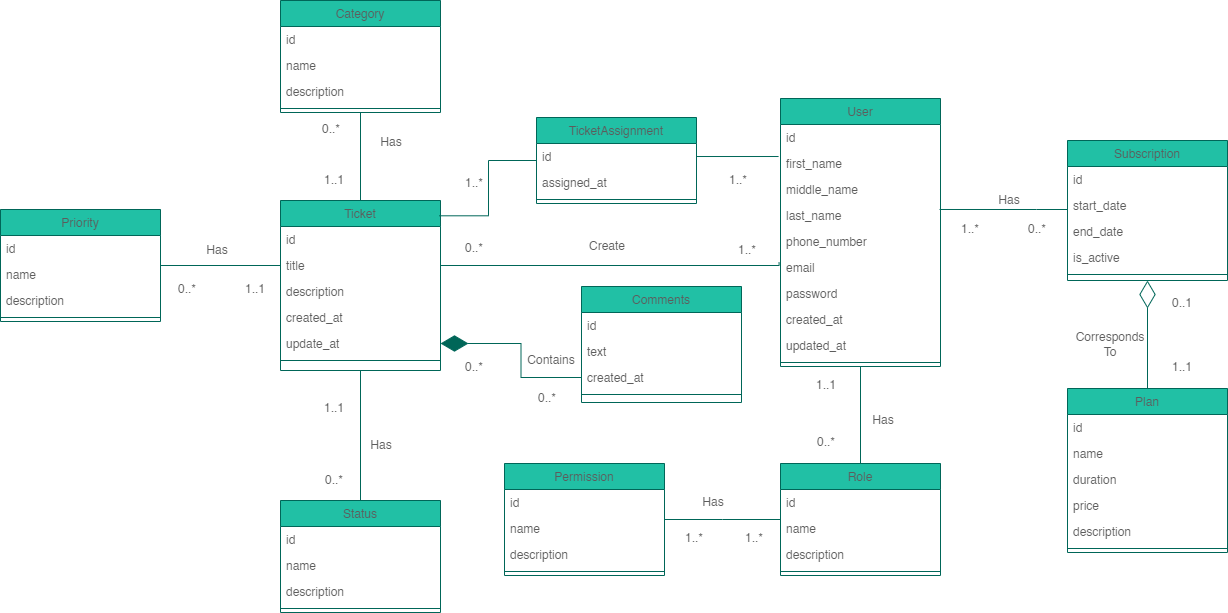
eloylozano/deskify keeps this draw.io diagram as Documentation/Design/Diagrams/ClassDiagram.drawio.png. Above is the earlier version. Source tidied: cells renumbered, new cells last; positions are measured from the earlier drawing's top-left corner, leaving out a move shared by most shapes.
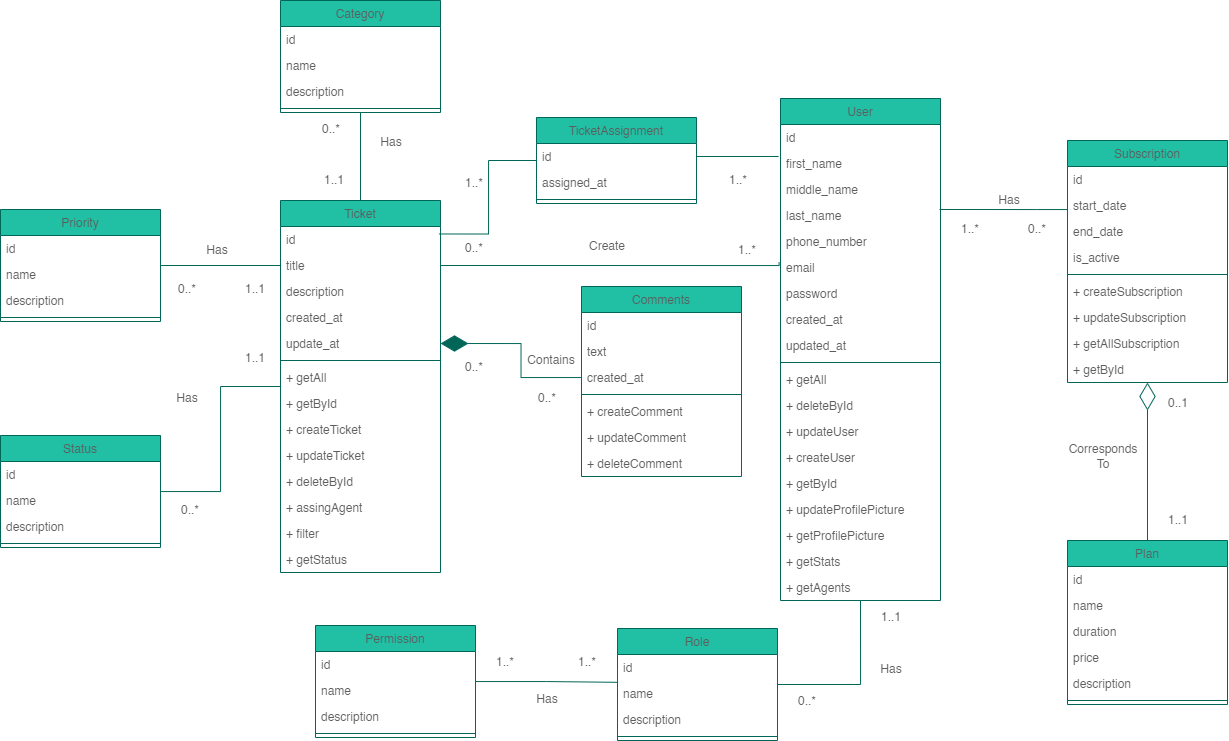
The same file after the commit.

Commit message:
modify diagram in docu

Diff of the diagram source:
```diff
@@ -5,3 +5,3 @@
     <mxCell id="2" value="Ticket" style="swimlane;fontStyle=0;align=center;verticalAlign=top;horizontal=1;startSize=26;rounded=0;shadow=0;strokeWidth=1;labelBackgroundColor=none;fillColor=#21C0A5;strokeColor=#006658;fontColor=#5C5C5C;" parent="1" vertex="1">
-      <mxGeometry x="280" y="200" width="160" height="170" as="geometry" />
+      <mxGeometry x="280" y="200" width="160" height="372" as="geometry" />
     </mxCell>
@@ -25,4 +25,28 @@
     </mxCell>
+    <mxCell id="107" value="+ getAll" style="text;align=left;verticalAlign=top;spacingLeft=4;spacingRight=4;overflow=hidden;rounded=0;shadow=0;html=0;labelBackgroundColor=none;fontColor=#5C5C5C;" parent="2" vertex="1">
+      <mxGeometry y="164" width="160" height="26" as="geometry" />
+    </mxCell>
+    <mxCell id="108" value="+ getById" style="text;align=left;verticalAlign=top;spacingLeft=4;spacingRight=4;overflow=hidden;rounded=0;shadow=0;html=0;labelBackgroundColor=none;fontColor=#5C5C5C;" parent="2" vertex="1">
+      <mxGeometry y="190" width="160" height="26" as="geometry" />
+    </mxCell>
+    <mxCell id="109" value="+ createTicket" style="text;align=left;verticalAlign=top;spacingLeft=4;spacingRight=4;overflow=hidden;rounded=0;shadow=0;html=0;labelBackgroundColor=none;fontColor=#5C5C5C;" parent="2" vertex="1">
+      <mxGeometry y="216" width="160" height="26" as="geometry" />
+    </mxCell>
+    <mxCell id="110" value="+ updateTicket" style="text;align=left;verticalAlign=top;spacingLeft=4;spacingRight=4;overflow=hidden;rounded=0;shadow=0;html=0;labelBackgroundColor=none;fontColor=#5C5C5C;" parent="2" vertex="1">
+      <mxGeometry y="242" width="160" height="26" as="geometry" />
+    </mxCell>
+    <mxCell id="111" value="+ deleteById" style="text;align=left;verticalAlign=top;spacingLeft=4;spacingRight=4;overflow=hidden;rounded=0;shadow=0;html=0;labelBackgroundColor=none;fontColor=#5C5C5C;" parent="2" vertex="1">
+      <mxGeometry y="268" width="160" height="26" as="geometry" />
+    </mxCell>
+    <mxCell id="112" value="+ assingAgent" style="text;align=left;verticalAlign=top;spacingLeft=4;spacingRight=4;overflow=hidden;rounded=0;shadow=0;html=0;labelBackgroundColor=none;fontColor=#5C5C5C;" parent="2" vertex="1">
+      <mxGeometry y="294" width="160" height="26" as="geometry" />
+    </mxCell>
+    <mxCell id="113" value="+ filter" style="text;align=left;verticalAlign=top;spacingLeft=4;spacingRight=4;overflow=hidden;rounded=0;shadow=0;html=0;labelBackgroundColor=none;fontColor=#5C5C5C;" parent="2" vertex="1">
+      <mxGeometry y="320" width="160" height="26" as="geometry" />
+    </mxCell>
+    <mxCell id="114" value="+ getStatus" style="text;align=left;verticalAlign=top;spacingLeft=4;spacingRight=4;overflow=hidden;rounded=0;shadow=0;html=0;labelBackgroundColor=none;fontColor=#5C5C5C;" parent="2" vertex="1">
+      <mxGeometry y="346" width="160" height="26" as="geometry" />
+    </mxCell>
     <mxCell id="9" value="Comments" style="swimlane;fontStyle=0;align=center;verticalAlign=top;horizontal=1;startSize=26;rounded=0;shadow=0;strokeWidth=1;labelBackgroundColor=none;fillColor=#21C0A5;strokeColor=#006658;fontColor=#5C5C5C;" parent="1" vertex="1">
-      <mxGeometry x="581" y="286" width="160" height="116" as="geometry" />
+      <mxGeometry x="581" y="286" width="160" height="190" as="geometry" />
     </mxCell>
@@ -40,2 +64,11 @@
     </mxCell>
+    <mxCell id="115" value="+ createComment" style="text;align=left;verticalAlign=top;spacingLeft=4;spacingRight=4;overflow=hidden;rounded=0;shadow=0;html=0;labelBackgroundColor=none;fontColor=#5C5C5C;" parent="9" vertex="1">
+      <mxGeometry y="112" width="160" height="26" as="geometry" />
+    </mxCell>
+    <mxCell id="116" value="+ updateComment" style="text;align=left;verticalAlign=top;spacingLeft=4;spacingRight=4;overflow=hidden;rounded=0;shadow=0;html=0;labelBackgroundColor=none;fontColor=#5C5C5C;" parent="9" vertex="1">
+      <mxGeometry y="138" width="160" height="26" as="geometry" />
+    </mxCell>
+    <mxCell id="117" value="+ deleteComment" style="text;align=left;verticalAlign=top;spacingLeft=4;spacingRight=4;overflow=hidden;rounded=0;shadow=0;html=0;labelBackgroundColor=none;fontColor=#5C5C5C;" parent="9" vertex="1">
+      <mxGeometry y="164" width="160" height="26" as="geometry" />
+    </mxCell>
     <mxCell id="14" style="edgeStyle=orthogonalEdgeStyle;rounded=0;jettySize=auto;html=1;entryX=0.5;entryY=1;entryDx=0;entryDy=0;endSize=25;endArrow=none;endFill=0;labelBackgroundColor=none;strokeColor=#006658;fontColor=default;" parent="1" edge="1" source="15" target="20">
@@ -44,3 +77,3 @@
     <mxCell id="15" value="Role" style="swimlane;fontStyle=0;align=center;verticalAlign=top;horizontal=1;startSize=26;rounded=0;shadow=0;strokeWidth=1;labelBackgroundColor=none;fillColor=#21C0A5;strokeColor=#006658;fontColor=#5C5C5C;" parent="1" vertex="1">
-      <mxGeometry x="780" y="463" width="160" height="112" as="geometry" />
+      <mxGeometry x="617" y="628" width="160" height="112" as="geometry" />
     </mxCell>
@@ -59,3 +92,3 @@
     <mxCell id="20" value="User" style="swimlane;fontStyle=0;align=center;verticalAlign=top;horizontal=1;startSize=26;rounded=0;shadow=0;strokeWidth=1;labelBackgroundColor=none;fillColor=#21C0A5;strokeColor=#006658;fontColor=#5C5C5C;" parent="1" vertex="1">
-      <mxGeometry x="780" y="98" width="160" height="268" as="geometry" />
+      <mxGeometry x="780" y="98" width="160" height="502" as="geometry" />
     </mxCell>
@@ -91,2 +124,29 @@
     </mxCell>
+    <mxCell id="118" value="+ getAll" style="text;align=left;verticalAlign=top;spacingLeft=4;spacingRight=4;overflow=hidden;rounded=0;shadow=0;html=0;labelBackgroundColor=none;fontColor=#5C5C5C;" parent="20" vertex="1">
+      <mxGeometry y="268" width="160" height="26" as="geometry" />
+    </mxCell>
+    <mxCell id="119" value="+ deleteById" style="text;align=left;verticalAlign=top;spacingLeft=4;spacingRight=4;overflow=hidden;rounded=0;shadow=0;html=0;labelBackgroundColor=none;fontColor=#5C5C5C;" parent="20" vertex="1">
+      <mxGeometry y="294" width="160" height="26" as="geometry" />
+    </mxCell>
+    <mxCell id="120" value="+ updateUser" style="text;align=left;verticalAlign=top;spacingLeft=4;spacingRight=4;overflow=hidden;rounded=0;shadow=0;html=0;labelBackgroundColor=none;fontColor=#5C5C5C;" parent="20" vertex="1">
+      <mxGeometry y="320" width="160" height="26" as="geometry" />
+    </mxCell>
+    <mxCell id="121" value="+ createUser" style="text;align=left;verticalAlign=top;spacingLeft=4;spacingRight=4;overflow=hidden;rounded=0;shadow=0;html=0;labelBackgroundColor=none;fontColor=#5C5C5C;" parent="20" vertex="1">
+      <mxGeometry y="346" width="160" height="26" as="geometry" />
+    </mxCell>
+    <mxCell id="122" value="+ getById" style="text;align=left;verticalAlign=top;spacingLeft=4;spacingRight=4;overflow=hidden;rounded=0;shadow=0;html=0;labelBackgroundColor=none;fontColor=#5C5C5C;" parent="20" vertex="1">
+      <mxGeometry y="372" width="160" height="26" as="geometry" />
+    </mxCell>
+    <mxCell id="123" value="+ updateProfilePicture" style="text;align=left;verticalAlign=top;spacingLeft=4;spacingRight=4;overflow=hidden;rounded=0;shadow=0;html=0;labelBackgroundColor=none;fontColor=#5C5C5C;" parent="20" vertex="1">
+      <mxGeometry y="398" width="160" height="26" as="geometry" />
+    </mxCell>
+    <mxCell id="124" value="+ getProfilePicture" style="text;align=left;verticalAlign=top;spacingLeft=4;spacingRight=4;overflow=hidden;rounded=0;shadow=0;html=0;labelBackgroundColor=none;fontColor=#5C5C5C;" parent="20" vertex="1">
+      <mxGeometry y="424" width="160" height="26" as="geometry" />
+    </mxCell>
+    <mxCell id="125" value="+ getStats" style="text;align=left;verticalAlign=top;spacingLeft=4;spacingRight=4;overflow=hidden;rounded=0;shadow=0;html=0;labelBackgroundColor=none;fontColor=#5C5C5C;" parent="20" vertex="1">
+      <mxGeometry y="450" width="160" height="26" as="geometry" />
+    </mxCell>
+    <mxCell id="126" value="+ getAgents" style="text;align=left;verticalAlign=top;spacingLeft=4;spacingRight=4;overflow=hidden;rounded=0;shadow=0;html=0;labelBackgroundColor=none;fontColor=#5C5C5C;" parent="20" vertex="1">
+      <mxGeometry y="476" width="160" height="26" as="geometry" />
+    </mxCell>
     <mxCell id="31" style="edgeStyle=orthogonalEdgeStyle;rounded=0;jettySize=auto;html=1;entryX=0;entryY=0.5;entryDx=0;entryDy=0;endArrow=none;endFill=0;endSize=25;labelBackgroundColor=none;strokeColor=#006658;fontColor=default;" parent="1" edge="1" source="32" target="4">
@@ -109,9 +169,7 @@
     </mxCell>
-    <mxCell id="37" style="edgeStyle=orthogonalEdgeStyle;rounded=0;jettySize=auto;html=1;endSize=25;endArrow=none;endFill=0;labelBackgroundColor=none;strokeColor=#006658;fontColor=default;" parent="1" edge="1" source="38">
-      <mxGeometry relative="1" as="geometry">
-        <mxPoint x="780" y="519" as="targetPoint" />
-      </mxGeometry>
+    <mxCell id="37" style="edgeStyle=orthogonalEdgeStyle;rounded=0;jettySize=auto;html=1;endSize=25;endArrow=none;endFill=0;labelBackgroundColor=none;strokeColor=#006658;fontColor=default;entryX=0;entryY=1.07;entryDx=0;entryDy=0;entryPerimeter=0;" parent="1" edge="1" source="38" target="16">
+      <mxGeometry relative="1" as="geometry" />
     </mxCell>
     <mxCell id="38" value="Permission" style="swimlane;fontStyle=0;align=center;verticalAlign=top;horizontal=1;startSize=26;rounded=0;shadow=0;strokeWidth=1;labelBackgroundColor=none;fillColor=#21C0A5;strokeColor=#006658;fontColor=#5C5C5C;" parent="1" vertex="1">
-      <mxGeometry x="504" y="463" width="160" height="112" as="geometry" />
+      <mxGeometry x="315" y="625" width="160" height="112" as="geometry" />
     </mxCell>
@@ -130,3 +188,3 @@
     <mxCell id="43" value="Subscription" style="swimlane;fontStyle=0;align=center;verticalAlign=top;horizontal=1;startSize=26;rounded=0;shadow=0;strokeWidth=1;labelBackgroundColor=none;fillColor=#21C0A5;strokeColor=#006658;fontColor=#5C5C5C;" parent="1" vertex="1">
-      <mxGeometry x="1067" y="140" width="160" height="140" as="geometry" />
+      <mxGeometry x="1067" y="140" width="160" height="242" as="geometry" />
     </mxCell>
@@ -147,2 +205,14 @@
     </mxCell>
+    <mxCell id="127" value="+ createSubscription" style="text;align=left;verticalAlign=top;spacingLeft=4;spacingRight=4;overflow=hidden;rounded=0;shadow=0;html=0;labelBackgroundColor=none;fontColor=#5C5C5C;" parent="43" vertex="1">
+      <mxGeometry y="138" width="160" height="26" as="geometry" />
+    </mxCell>
+    <mxCell id="128" value="+ updateSubscription" style="text;align=left;verticalAlign=top;spacingLeft=4;spacingRight=4;overflow=hidden;rounded=0;shadow=0;html=0;labelBackgroundColor=none;fontColor=#5C5C5C;" parent="43" vertex="1">
+      <mxGeometry y="164" width="160" height="26" as="geometry" />
+    </mxCell>
+    <mxCell id="129" value="+ getAllSubscription" style="text;align=left;verticalAlign=top;spacingLeft=4;spacingRight=4;overflow=hidden;rounded=0;shadow=0;html=0;labelBackgroundColor=none;fontColor=#5C5C5C;" parent="43" vertex="1">
+      <mxGeometry y="190" width="160" height="26" as="geometry" />
+    </mxCell>
+    <mxCell id="130" value="+ getById" style="text;align=left;verticalAlign=top;spacingLeft=4;spacingRight=4;overflow=hidden;rounded=0;shadow=0;html=0;labelBackgroundColor=none;fontColor=#5C5C5C;" parent="43" vertex="1">
+      <mxGeometry y="216" width="160" height="26" as="geometry" />
+    </mxCell>
     <mxCell id="49" style="edgeStyle=orthogonalEdgeStyle;rounded=0;jettySize=auto;html=1;endArrow=none;endFill=0;endSize=25;labelBackgroundColor=none;strokeColor=#006658;fontColor=default;" parent="1" edge="1" source="50" target="2">
@@ -151,3 +221,3 @@
     <mxCell id="50" value="Status" style="swimlane;fontStyle=0;align=center;verticalAlign=top;horizontal=1;startSize=26;rounded=0;shadow=0;strokeWidth=1;labelBackgroundColor=none;fillColor=#21C0A5;strokeColor=#006658;fontColor=#5C5C5C;" parent="1" vertex="1">
-      <mxGeometry x="280" y="500" width="160" height="112" as="geometry" />
+      <mxGeometry y="435" width="160" height="112" as="geometry" />
     </mxCell>
@@ -198,3 +268,3 @@
     <mxCell id="64" value="Plan" style="swimlane;fontStyle=0;align=center;verticalAlign=top;horizontal=1;startSize=26;rounded=0;shadow=0;strokeWidth=1;labelBackgroundColor=none;fillColor=#21C0A5;strokeColor=#006658;fontColor=#5C5C5C;" parent="1" vertex="1">
-      <mxGeometry x="1067" y="388" width="160" height="164" as="geometry" />
+      <mxGeometry x="1067" y="540" width="160" height="164" as="geometry" />
     </mxCell>
@@ -222,3 +292,3 @@
     <mxCell id="72" value="Has" style="text;html=1;strokeColor=none;fillColor=none;align=center;verticalAlign=middle;whiteSpace=wrap;rounded=0;fontColor=#5C5C5C;" parent="1" vertex="1">
-      <mxGeometry x="683" y="487" width="60" height="29" as="geometry" />
+      <mxGeometry x="517" y="684" width="60" height="29" as="geometry" />
     </mxCell>
@@ -235,3 +305,3 @@
     <mxCell id="75" value="Corresponds To" style="text;html=1;strokeColor=none;fillColor=none;align=center;verticalAlign=middle;whiteSpace=wrap;rounded=0;fontColor=#5C5C5C;" parent="1" vertex="1">
-      <mxGeometry x="1080" y="329.5" width="60" height="29" as="geometry" />
+      <mxGeometry x="1073" y="441" width="60" height="29" as="geometry" />
     </mxCell>
@@ -244,6 +314,6 @@
     <mxCell id="78" value="Has" style="text;html=1;strokeColor=none;fillColor=none;align=center;verticalAlign=middle;whiteSpace=wrap;rounded=0;fontColor=#5C5C5C;" parent="1" vertex="1">
-      <mxGeometry x="351" y="430" width="60" height="30" as="geometry" />
+      <mxGeometry x="157" y="383" width="60" height="30" as="geometry" />
     </mxCell>
     <mxCell id="79" value="Has" style="text;html=1;strokeColor=none;fillColor=none;align=center;verticalAlign=middle;whiteSpace=wrap;rounded=0;fontColor=#5C5C5C;" parent="1" vertex="1">
-      <mxGeometry x="853" y="405" width="60" height="30" as="geometry" />
+      <mxGeometry x="861" y="654" width="60" height="30" as="geometry" />
     </mxCell>
@@ -259,3 +329,3 @@
     <mxCell id="83" value="0..*" style="text;html=1;strokeColor=none;fillColor=none;align=center;verticalAlign=middle;whiteSpace=wrap;rounded=0;fontColor=#5C5C5C;" parent="1" vertex="1">
-      <mxGeometry x="304" y="463" width="60" height="34" as="geometry" />
+      <mxGeometry x="160" y="493" width="60" height="34" as="geometry" />
     </mxCell>
@@ -274,9 +344,9 @@
     <mxCell id="88" value="1..1" style="text;html=1;strokeColor=none;fillColor=none;align=center;verticalAlign=middle;whiteSpace=wrap;rounded=0;fontColor=#5C5C5C;" parent="1" vertex="1">
-      <mxGeometry x="304" y="391" width="60" height="34" as="geometry" />
+      <mxGeometry x="225" y="341" width="60" height="34" as="geometry" />
     </mxCell>
     <mxCell id="89" value="0..1" style="text;html=1;strokeColor=none;fillColor=none;align=center;verticalAlign=middle;whiteSpace=wrap;rounded=0;fontColor=#5C5C5C;" parent="1" vertex="1">
-      <mxGeometry x="1152" y="286" width="60" height="34" as="geometry" />
+      <mxGeometry x="1148" y="386" width="60" height="34" as="geometry" />
     </mxCell>
     <mxCell id="90" value="1..1" style="text;html=1;strokeColor=none;fillColor=none;align=center;verticalAlign=middle;whiteSpace=wrap;rounded=0;fontColor=#5C5C5C;" parent="1" vertex="1">
-      <mxGeometry x="1152" y="350" width="60" height="34" as="geometry" />
+      <mxGeometry x="1148" y="503" width="60" height="34" as="geometry" />
     </mxCell>
@@ -301,12 +371,12 @@
     <mxCell id="97" value="1..1" style="text;html=1;strokeColor=none;fillColor=none;align=center;verticalAlign=middle;whiteSpace=wrap;rounded=0;fontColor=#5C5C5C;" parent="1" vertex="1">
-      <mxGeometry x="796" y="368" width="60" height="34" as="geometry" />
+      <mxGeometry x="861" y="600" width="60" height="34" as="geometry" />
     </mxCell>
     <mxCell id="98" value="0..*" style="text;html=1;strokeColor=none;fillColor=none;align=center;verticalAlign=middle;whiteSpace=wrap;rounded=0;fontColor=#5C5C5C;" parent="1" vertex="1">
-      <mxGeometry x="796" y="425" width="60" height="34" as="geometry" />
+      <mxGeometry x="777" y="684" width="60" height="34" as="geometry" />
     </mxCell>
     <mxCell id="99" value="1..*" style="text;html=1;strokeColor=none;fillColor=none;align=center;verticalAlign=middle;whiteSpace=wrap;rounded=0;fontColor=#5C5C5C;" parent="1" vertex="1">
-      <mxGeometry x="664" y="521" width="60" height="34" as="geometry" />
+      <mxGeometry x="475" y="645" width="60" height="34" as="geometry" />
     </mxCell>
     <mxCell id="100" value="1..*" style="text;html=1;strokeColor=none;fillColor=none;align=center;verticalAlign=middle;whiteSpace=wrap;rounded=0;fontColor=#5C5C5C;" parent="1" vertex="1">
-      <mxGeometry x="724" y="521" width="60" height="34" as="geometry" />
+      <mxGeometry x="557" y="645" width="60" height="34" as="geometry" />
     </mxCell>
```
